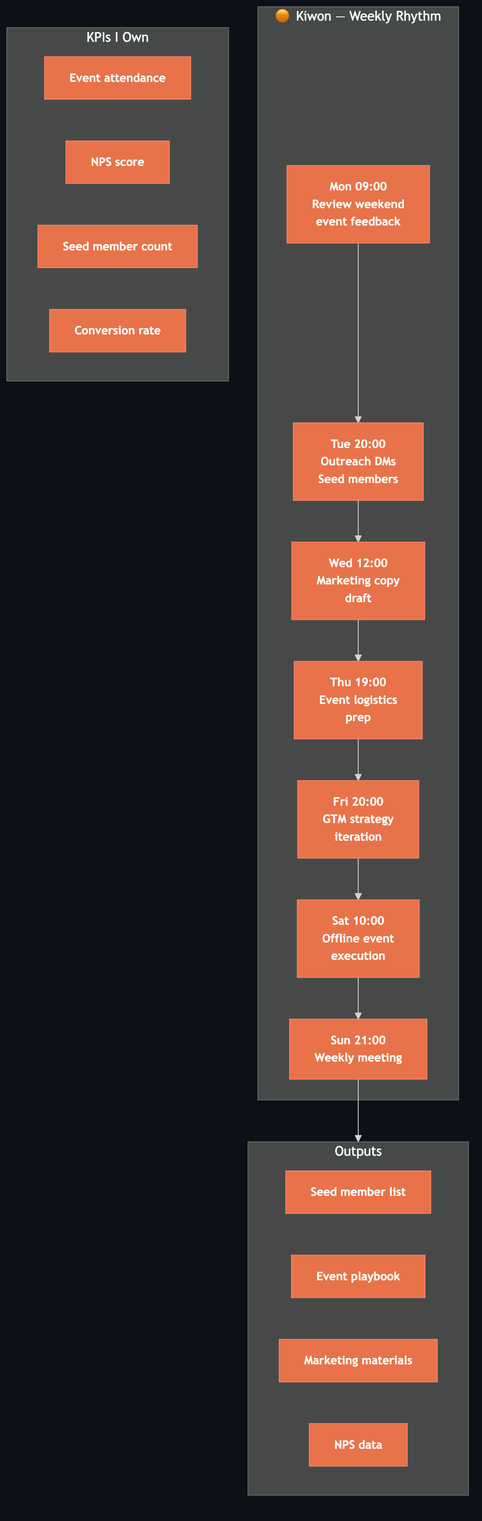
This is products/hypeproof-workflow-diagrams/personal-kiwon.png from JeHyeong2/hypeprooflab, a Mermaid export, as it was before one commit. Its source is kept beside it as products/hypeproof-workflow-diagrams/personal-kiwon.mmd.
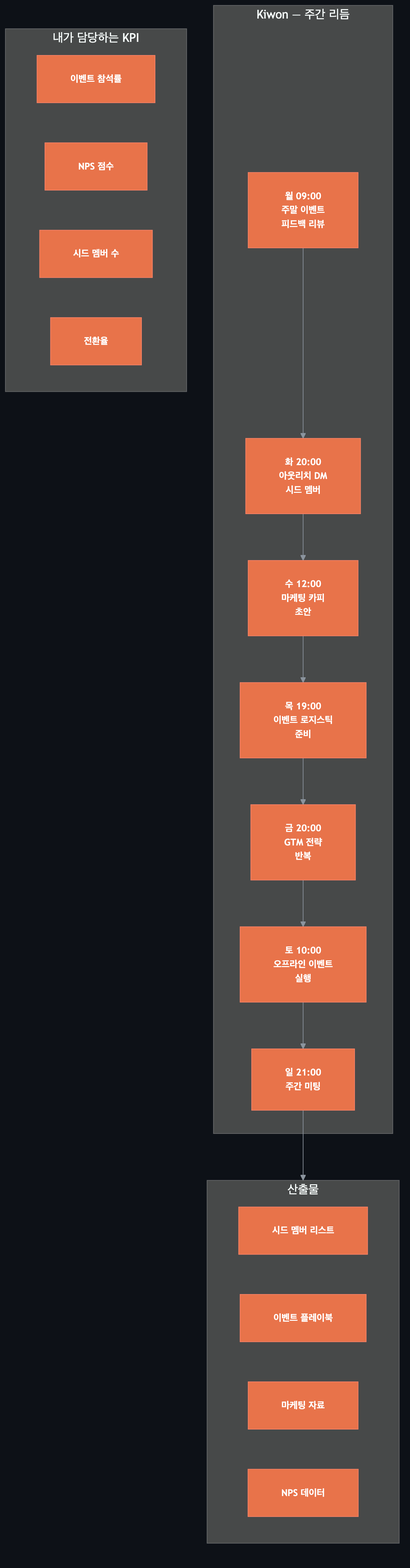
The same diagram one commit later.

Change to the diagram source:
```diff
@@ -2,28 +2,28 @@
     classDef kiwon fill:#e8734a,stroke:#f78166,color:#fff,font-weight:bold,font-size:14px
     classDef dim fill:#30363d,stroke:#484f58,color:#8b949e
 
-    subgraph WEEK["🟠 Kiwon — Weekly Rhythm"]
-        MON["Mon 09:00<br/>Review weekend<br/>event feedback"]
-        TUE["Tue 20:00<br/>Outreach DMs<br/>Seed members"]
-        WED["Wed 12:00<br/>Marketing copy<br/>draft"]
-        THU["Thu 19:00<br/>Event logistics<br/>prep"]
-        FRI["Fri 20:00<br/>GTM strategy<br/>iteration"]
-        SAT["Sat 10:00<br/>Offline event<br/>execution"]
-        SUN["Sun 21:00<br/>Weekly meeting"]
+    subgraph WEEK["Kiwon — 주간 리듬"]
+        MON["월 09:00<br/>주말 이벤트<br/>피드백 리뷰"]
+        TUE["화 20:00<br/>아웃리치 DM<br/>시드 멤버"]
+        WED["수 12:00<br/>마케팅 카피<br/>초안"]
+        THU["목 19:00<br/>이벤트 로지스틱<br/>준비"]
+        FRI["금 20:00<br/>GTM 전략<br/>반복"]
+        SAT["토 10:00<br/>오프라인 이벤트<br/>실행"]
+        SUN["일 21:00<br/>주간 미팅"]
     end
 
-    subgraph OUT["Outputs"]
-        O1["Seed member list"]
-        O2["Event playbook"]
-        O3["Marketing materials"]
-        O4["NPS data"]
+    subgraph OUT["산출물"]
+        O1["시드 멤버 리스트"]
+        O2["이벤트 플레이북"]
+        O3["마케팅 자료"]
+        O4["NPS 데이터"]
     end
 
-    subgraph KPI["KPIs I Own"]
-        K1["Event attendance"]
-        K2["NPS score"]
-        K3["Seed member count"]
-        K4["Conversion rate"]
+    subgraph KPI["내가 담당하는 KPI"]
+        K1["이벤트 참석률"]
+        K2["NPS 점수"]
+        K3["시드 멤버 수"]
+        K4["전환율"]
     end
 
     MON --> TUE --> WED --> THU --> FRI --> SAT --> SUN
```
